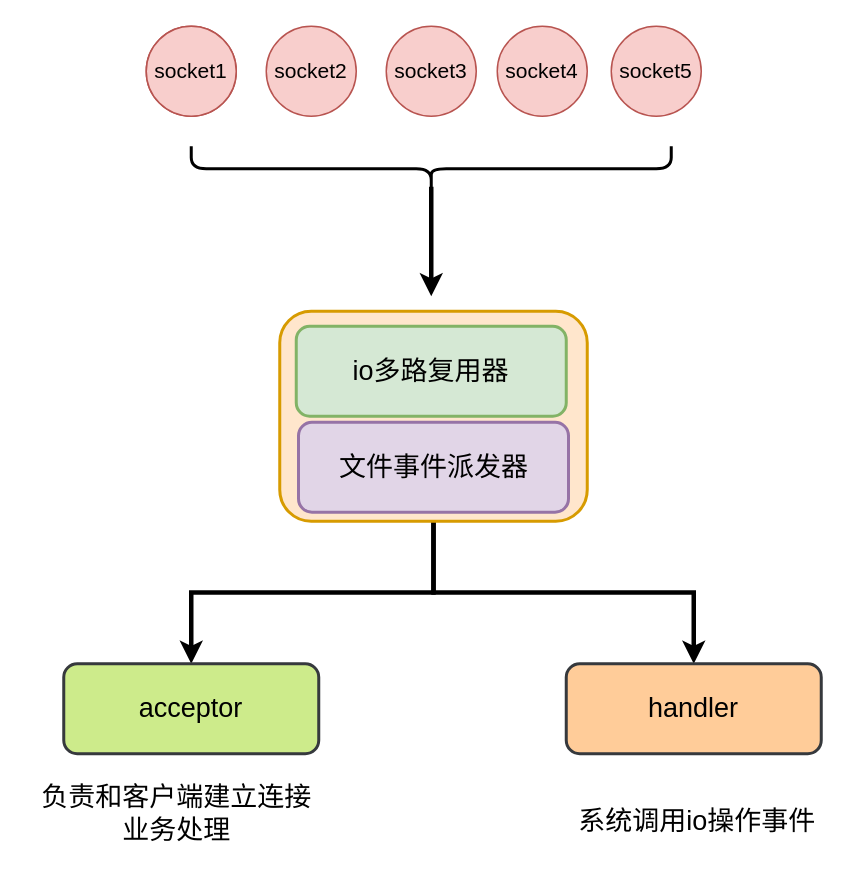
auula/draw.io keeps this draw.io diagram as reactor.drawio. Above is the earlier version. Source tidied: cells renumbered, new cells numbered last; positions are measured from the earlier drawing's top-left corner, leaving out a move shared by most shapes. Both pictures are drawn from the tidied source at 150%, with x=0, y=0 at pixel (26, -72).
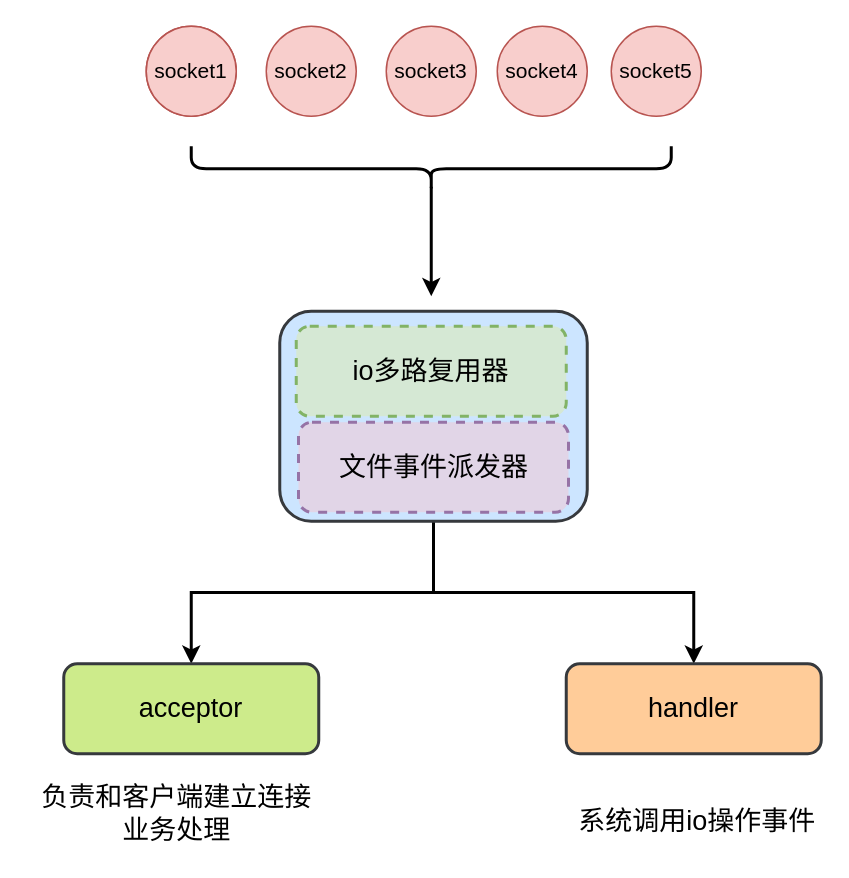
The same diagram, later.

What changed in the source:
```diff
@@
 <mxGraphModel>
   <root>
     <mxCell id="0" />
     <mxCell id="1" parent="0" />
     <mxCell id="2" value="&lt;font style=&quot;font-size: 14px&quot;&gt;socket1&lt;/font&gt;" style="ellipse;whiteSpace=wrap;html=1;strokeColor=#b85450;fillColor=#f8cecc;fontColor=default;" parent="1" vertex="1">
       <mxGeometry x="80" y="65" width="60" height="60" as="geometry" />
     </mxCell>
     <mxCell id="3" value="&lt;font style=&quot;font-size: 14px&quot;&gt;socket1&lt;/font&gt;" style="ellipse;whiteSpace=wrap;html=1;strokeColor=#b85450;fillColor=#f8cecc;fontColor=default;" parent="1" vertex="1">
       <mxGeometry x="80" y="65" width="60" height="60" as="geometry" />
     </mxCell>
     <mxCell id="4" value="&lt;font style=&quot;font-size: 14px&quot;&gt;socket3&lt;/font&gt;" style="ellipse;whiteSpace=wrap;html=1;strokeColor=#b85450;fillColor=#f8cecc;fontColor=default;" parent="1" vertex="1">
       <mxGeometry x="240" y="65" width="60" height="60" as="geometry" />
     </mxCell>
     <mxCell id="5" value="&lt;font style=&quot;font-size: 14px&quot;&gt;socket2&lt;/font&gt;" style="ellipse;whiteSpace=wrap;html=1;strokeColor=#b85450;fillColor=#f8cecc;fontColor=default;" parent="1" vertex="1">
       <mxGeometry x="160" y="65" width="60" height="60" as="geometry" />
     </mxCell>
     <mxCell id="6" value="&lt;font style=&quot;font-size: 14px&quot;&gt;socket4&lt;/font&gt;" style="ellipse;whiteSpace=wrap;html=1;strokeColor=#b85450;fillColor=#f8cecc;fontColor=default;" parent="1" vertex="1">
       <mxGeometry x="314" y="65" width="60" height="60" as="geometry" />
     </mxCell>
     <mxCell id="7" value="&lt;font style=&quot;font-size: 14px&quot;&gt;socket5&lt;/font&gt;" style="ellipse;whiteSpace=wrap;html=1;strokeColor=#b85450;fillColor=#f8cecc;fontColor=default;" parent="1" vertex="1">
       <mxGeometry x="390" y="65" width="60" height="60" as="geometry" />
     </mxCell>
-    <mxCell id="8" style="edgeStyle=orthogonalEdgeStyle;rounded=0;jettySize=auto;html=1;exitX=0.1;exitY=0.5;exitDx=0;exitDy=0;exitPerimeter=0;fontSize=18;fontColor=default;strokeWidth=3;strokeColor=default;labelBackgroundColor=default;" parent="1" edge="1" source="9">
-      <mxGeometry relative="1" as="geometry">
-        <mxPoint x="270" y="245" as="targetPoint" />
-      </mxGeometry>
-    </mxCell>
+    <mxCell id="19" style="edgeStyle=orthogonalEdgeStyle;rounded=0;jettySize=auto;html=1;exitX=0.1;exitY=0.5;exitDx=0;exitDy=0;exitPerimeter=0;labelBackgroundColor=default;fontSize=18;fontColor=default;strokeColor=default;strokeWidth=2;" parent="1" edge="1" source="9">
+      <mxGeometry relative="1" as="geometry">
+        <mxPoint x="270" y="245" as="targetPoint" />
+      </mxGeometry>
+    </mxCell>
     <mxCell id="9" style="shape=curlyBracket;whiteSpace=wrap;html=1;rounded=1;fontSize=14;fontColor=default;strokeColor=default;fillColor=default;rotation=-90;strokeWidth=2;" parent="1" vertex="1">
       <mxGeometry x="255" width="30" height="320" as="geometry" />
     </mxCell>
-    <mxCell id="10" style="edgeStyle=orthogonalEdgeStyle;rounded=0;jettySize=auto;html=1;exitX=0.5;exitY=1;exitDx=0;exitDy=0;labelBackgroundColor=default;fontSize=18;fontColor=default;strokeColor=default;strokeWidth=3;" parent="1" edge="1" source="12" target="15">
+    <mxCell id="10" style="edgeStyle=orthogonalEdgeStyle;rounded=0;jettySize=auto;html=1;exitX=0.5;exitY=1;exitDx=0;exitDy=0;labelBackgroundColor=default;fontSize=18;fontColor=default;strokeColor=default;strokeWidth=2;" parent="1" edge="1" source="12" target="15">
       <mxGeometry relative="1" as="geometry" />
     </mxCell>
-    <mxCell id="11" style="edgeStyle=orthogonalEdgeStyle;rounded=0;jettySize=auto;html=1;exitX=0.5;exitY=1;exitDx=0;exitDy=0;entryX=0.5;entryY=0;entryDx=0;entryDy=0;labelBackgroundColor=default;fontSize=18;fontColor=default;strokeColor=default;strokeWidth=3;" parent="1" edge="1" source="12" target="16">
+    <mxCell id="11" style="edgeStyle=orthogonalEdgeStyle;rounded=0;jettySize=auto;html=1;exitX=0.5;exitY=1;exitDx=0;exitDy=0;entryX=0.5;entryY=0;entryDx=0;entryDy=0;labelBackgroundColor=default;fontSize=18;fontColor=default;strokeColor=default;strokeWidth=2;" parent="1" edge="1" source="12" target="16">
       <mxGeometry relative="1" as="geometry" />
     </mxCell>
-    <mxCell id="12" style="rounded=1;whiteSpace=wrap;html=1;fontSize=14;strokeColor=#d79b00;strokeWidth=2;fillColor=#ffe6cc;fontColor=default;" parent="1" vertex="1">
+    <mxCell id="12" style="rounded=1;whiteSpace=wrap;html=1;fontSize=14;strokeColor=#36393d;strokeWidth=2;fillColor=#cce5ff;fontColor=default;" parent="1" vertex="1">
       <mxGeometry x="169" y="255" width="205" height="140" as="geometry" />
     </mxCell>
-    <mxCell id="13" value="&lt;font style=&quot;font-size: 18px&quot;&gt;io多路复用器&lt;/font&gt;" style="rounded=1;whiteSpace=wrap;html=1;fontSize=14;strokeColor=#82b366;strokeWidth=2;fillColor=#d5e8d4;fontColor=default;" parent="1" vertex="1">
+    <mxCell id="13" value="&lt;font style=&quot;font-size: 18px&quot;&gt;io多路复用器&lt;/font&gt;" style="rounded=1;whiteSpace=wrap;html=1;fontSize=14;strokeColor=#82b366;strokeWidth=2;fillColor=#d5e8d4;fontColor=default;dashed=1;" parent="1" vertex="1">
       <mxGeometry x="180" y="265" width="180" height="60" as="geometry" />
     </mxCell>
-    <mxCell id="14" value="&lt;font style=&quot;font-size: 18px&quot;&gt;文件事件派发器&lt;/font&gt;" style="rounded=1;whiteSpace=wrap;html=1;fontSize=14;strokeColor=#9673a6;strokeWidth=2;fillColor=#e1d5e7;fontColor=default;" parent="1" vertex="1">
+    <mxCell id="14" value="&lt;font style=&quot;font-size: 18px&quot;&gt;文件事件派发器&lt;/font&gt;" style="rounded=1;whiteSpace=wrap;html=1;fontSize=14;strokeColor=#9673a6;strokeWidth=2;fillColor=#e1d5e7;fontColor=default;dashed=1;" parent="1" vertex="1">
       <mxGeometry x="181.5" y="329" width="180" height="60" as="geometry" />
     </mxCell>
     <mxCell id="15" value="acceptor" style="rounded=1;whiteSpace=wrap;html=1;fontSize=18;strokeColor=#36393d;strokeWidth=2;fillColor=#cdeb8b;fontColor=default;" parent="1" vertex="1">
       <mxGeometry x="25" y="490" width="170" height="60" as="geometry" />
     </mxCell>
     <mxCell id="16" value="handler" style="rounded=1;whiteSpace=wrap;html=1;fontSize=18;strokeColor=#36393d;strokeWidth=2;fillColor=#ffcc99;fontColor=default;" parent="1" vertex="1">
       <mxGeometry x="360" y="490" width="170" height="60" as="geometry" />
     </mxCell>
     <mxCell id="17" value="系统调用io操作事件" style="text;html=1;align=center;verticalAlign=middle;strokeColor=none;fillColor=none;fontSize=18;fontColor=default;" parent="1" vertex="1">
       <mxGeometry x="361.5" y="580" width="170" height="30" as="geometry" />
     </mxCell>
     <mxCell id="18" value="负责和客户端建立连接&lt;br&gt;业务处理" style="text;html=1;align=center;verticalAlign=middle;strokeColor=none;fillColor=none;fontSize=18;fontColor=default;" parent="1" vertex="1">
       <mxGeometry y="565" width="200" height="50" as="geometry" />
     </mxCell>
   </root>
 </mxGraphModel>
```
